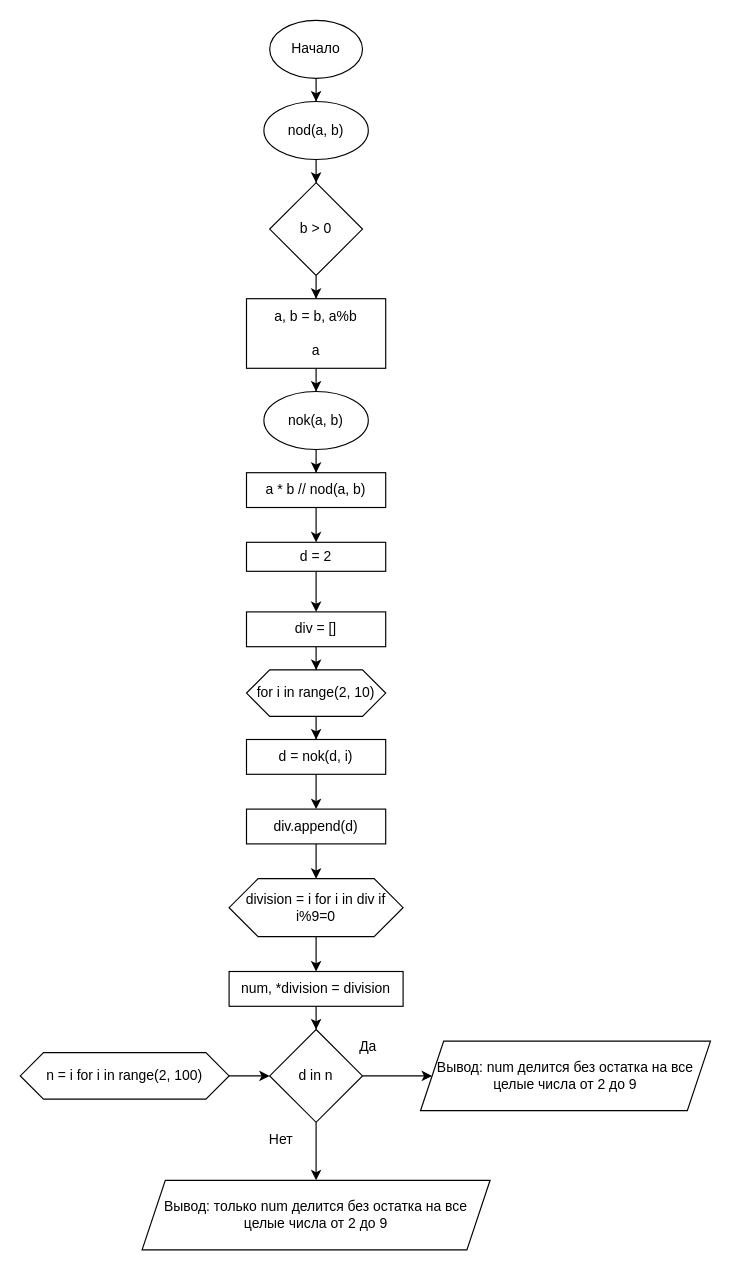
The draw.io diagram Task_1.drawio in Chromatograp/Lesson-3-Algorithms, before the edit. Source tidied: cells renumbered, new cells numbered last; positions are measured from the earlier drawing's top-left corner, leaving out a move shared by most shapes. Both pictures are drawn from the tidied source at 116%, with x=0, y=0 at pixel (20, 20).
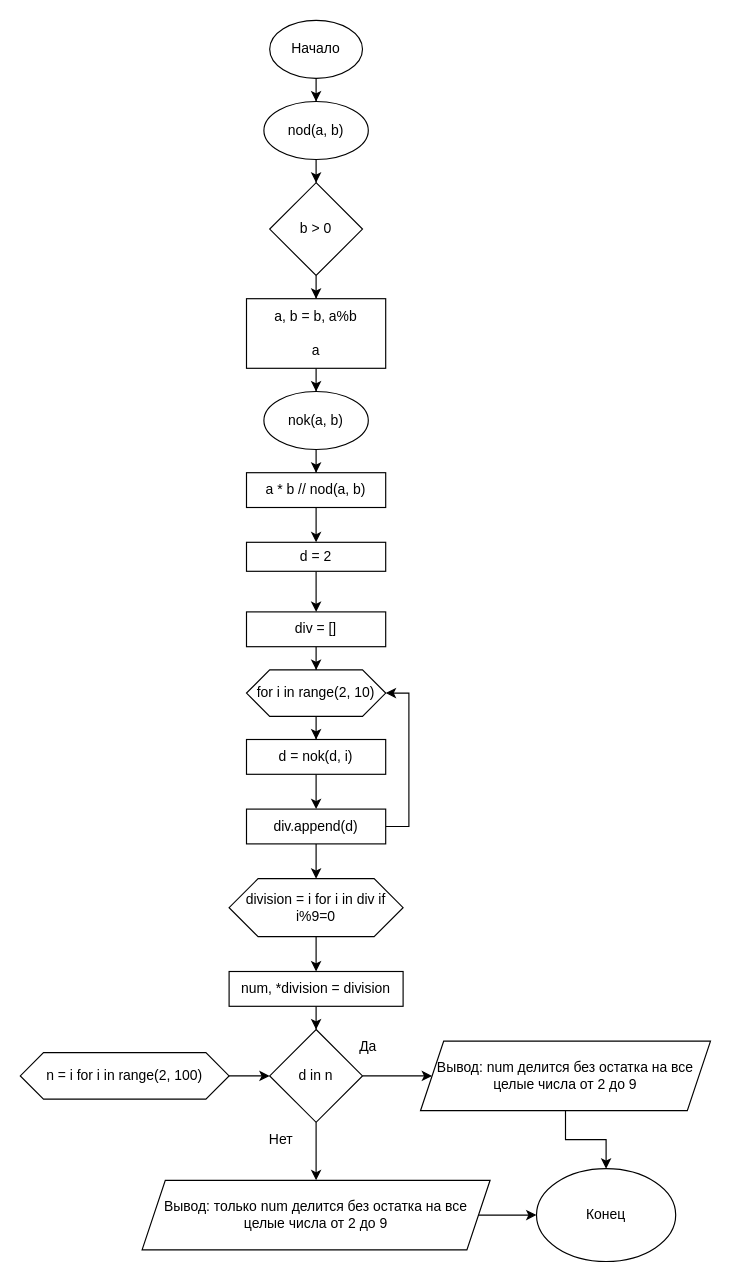
The same diagram, later.

The change refers to these unchanged cells:
```xml
<mxCell id="17" value="for i in range(2, 10)" style="whiteSpace=wrap;html=1;shape=mxgraph.basic.octagon2;align=center;verticalAlign=middle;dx=15;" parent="1" vertex="1">
  <mxGeometry x="195" y="560" width="120" height="40" as="geometry" />
</mxCell>
<mxCell id="25" value="div.append(d)" style="rounded=0;whiteSpace=wrap;html=1;" parent="1" vertex="1">
  <mxGeometry x="195" y="680" width="120" height="30" as="geometry" />
</mxCell>
<mxCell id="35" value="Вывод: num делится без остатка на все целые числа от 2 до 9" style="shape=parallelogram;perimeter=parallelogramPerimeter;whiteSpace=wrap;html=1;fixedSize=1;" parent="1" vertex="1">
  <mxGeometry x="345" y="880" width="250" height="60" as="geometry" />
</mxCell>
<mxCell id="36" value="Вывод: только num делится без остатка на все целые числа от 2 до 9" style="shape=parallelogram;perimeter=parallelogramPerimeter;whiteSpace=wrap;html=1;fixedSize=1;" parent="1" vertex="1">
  <mxGeometry x="105" y="1000" width="300" height="60" as="geometry" />
</mxCell>
```

Diff of the diagram source:
```diff
@@
+    <mxCell id="37" style="edgeStyle=orthogonalEdgeStyle;rounded=0;jettySize=auto;html=1;entryX=1;entryY=0.5;entryDx=0;entryDy=0;entryPerimeter=0;" parent="1" edge="1" source="25" target="17">
+      <mxGeometry relative="1" as="geometry">
+        <Array as="points">
+          <mxPoint x="335" y="695" />
+          <mxPoint x="335" y="580" />
+        </Array>
+      </mxGeometry>
+    </mxCell>
@@
+    <mxCell id="38" style="edgeStyle=orthogonalEdgeStyle;rounded=0;jettySize=auto;html=1;entryX=0.5;entryY=0;entryDx=0;entryDy=0;" parent="1" edge="1" source="35" target="40">
+      <mxGeometry relative="1" as="geometry" />
+    </mxCell>
@@
+    <mxCell id="39" style="edgeStyle=orthogonalEdgeStyle;rounded=0;jettySize=auto;html=1;entryX=0;entryY=0.5;entryDx=0;entryDy=0;" parent="1" edge="1" source="36" target="40">
+      <mxGeometry relative="1" as="geometry" />
+    </mxCell>
@@
+    <mxCell id="40" value="Конец" style="ellipse;whiteSpace=wrap;html=1;" parent="1" vertex="1">
+      <mxGeometry x="445" y="990" width="120" height="80" as="geometry" />
+    </mxCell>
```
